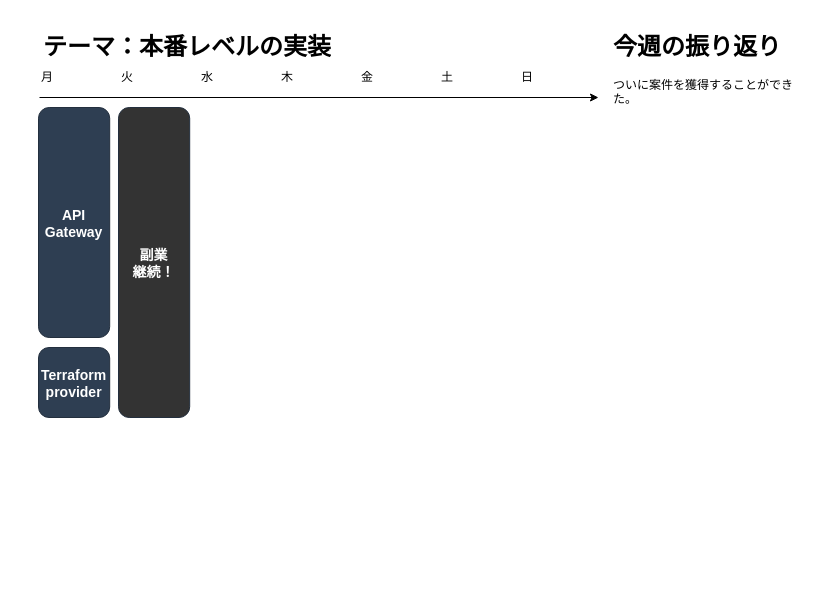
Before: page "20240729" (3 of 3) of life/life_202408.drawio in minegishirei/draw_v1, a draw.io diagram. Source tidied: cells renumbered, new cells numbered last; positions are measured from the earlier drawing's top-left corner, leaving out a move shared by most shapes. Both pictures are drawn from the tidied source at 100%, with x=0, y=0 at pixel (17, 27).
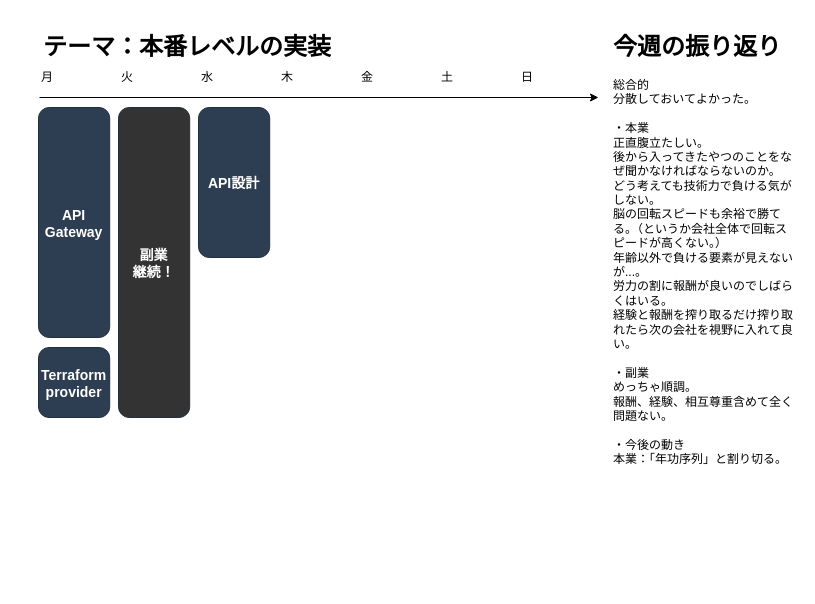
After the change.

Commit message:
life_202408.drawio を更新します

Diff of the diagram source:
```diff
@@
 <mxGraphModel>
   <root>
     <mxCell id="0" />
     <mxCell id="1" parent="0" />
     <mxCell id="2" value="火" style="text;html=1;strokeColor=none;fillColor=none;align=center;verticalAlign=middle;whiteSpace=wrap;rounded=0;shadow=0;" parent="1" vertex="1">
       <mxGeometry x="80" y="35" width="60" height="30" as="geometry" />
     </mxCell>
     <mxCell id="3" value="水" style="text;html=1;strokeColor=none;fillColor=none;align=center;verticalAlign=middle;whiteSpace=wrap;rounded=0;shadow=0;" parent="1" vertex="1">
       <mxGeometry x="160" y="35" width="60" height="30" as="geometry" />
     </mxCell>
     <mxCell id="4" value="木" style="text;html=1;strokeColor=none;fillColor=none;align=center;verticalAlign=middle;whiteSpace=wrap;rounded=0;shadow=0;" parent="1" vertex="1">
       <mxGeometry x="240" y="35" width="60" height="30" as="geometry" />
     </mxCell>
     <mxCell id="5" value="金" style="text;html=1;strokeColor=none;fillColor=none;align=center;verticalAlign=middle;whiteSpace=wrap;rounded=0;shadow=0;" parent="1" vertex="1">
       <mxGeometry x="320" y="35" width="60" height="30" as="geometry" />
     </mxCell>
     <mxCell id="6" value="土" style="text;html=1;strokeColor=none;fillColor=none;align=center;verticalAlign=middle;whiteSpace=wrap;rounded=0;shadow=0;" parent="1" vertex="1">
       <mxGeometry x="400" y="35" width="60" height="30" as="geometry" />
     </mxCell>
     <mxCell id="7" value="日" style="text;html=1;strokeColor=none;fillColor=none;align=center;verticalAlign=middle;whiteSpace=wrap;rounded=0;shadow=0;" parent="1" vertex="1">
       <mxGeometry x="480" y="35" width="60" height="30" as="geometry" />
     </mxCell>
     <mxCell id="8" value="月" style="text;html=1;strokeColor=none;fillColor=none;align=center;verticalAlign=middle;whiteSpace=wrap;rounded=0;shadow=0;" parent="1" vertex="1">
       <mxGeometry y="35" width="60" height="30" as="geometry" />
     </mxCell>
     <mxCell id="9" value="&lt;h1&gt;テーマ：本番レベルの実装&lt;/h1&gt;" style="text;html=1;strokeColor=none;fillColor=none;spacing=5;spacingTop=-20;whiteSpace=wrap;overflow=hidden;rounded=0;shadow=0;" parent="1" vertex="1">
       <mxGeometry x="21" width="480" height="40" as="geometry" />
     </mxCell>
     <mxCell id="10" style="endArrow=classic;html=1;rounded=0;shadow=0;" parent="1" edge="1">
       <mxGeometry relative="1" as="geometry">
         <mxPoint x="22" y="70" as="sourcePoint" />
         <mxPoint x="581" y="70" as="targetPoint" />
       </mxGeometry>
     </mxCell>
-    <mxCell id="11" value="&lt;h1&gt;&lt;/h1&gt;&lt;h1 style=&quot;border-color: var(--border-color);&quot;&gt;今週の振り返り&lt;/h1&gt;&lt;div&gt;ついに案件を獲得することができた。&lt;/div&gt;&lt;div&gt;&lt;br&gt;&lt;/div&gt;&lt;div&gt;&lt;br&gt;&lt;/div&gt;&lt;div&gt;&lt;br&gt;&lt;/div&gt;" style="text;html=1;strokeColor=none;fillColor=none;spacing=5;spacingTop=-20;whiteSpace=wrap;overflow=hidden;rounded=0;shadow=0;" parent="1" vertex="1">
+    <mxCell id="11" value="&lt;h1&gt;&lt;/h1&gt;&lt;h1 style=&quot;border-color: var(--border-color);&quot;&gt;今週の振り返り&lt;/h1&gt;&lt;div&gt;総合的&lt;/div&gt;&lt;div&gt;分散しておいてよかった。&lt;/div&gt;&lt;div&gt;&lt;br&gt;&lt;/div&gt;&lt;div&gt;・本業&lt;/div&gt;&lt;div&gt;正直腹立たしい。&lt;/div&gt;&lt;div&gt;後から入ってきたやつのことをなぜ聞かなければならないのか。&lt;/div&gt;&lt;div&gt;どう考えても技術力で負ける気がしない。&lt;/div&gt;&lt;div&gt;脳の回転スピードも余裕で勝てる。（というか会社全体で回転ス&lt;span style=&quot;background-color: initial;&quot;&gt;ピードが高くない。）&lt;/span&gt;&lt;/div&gt;&lt;div&gt;&lt;span style=&quot;background-color: initial;&quot;&gt;年齢以外で負ける要素が見えないが...。&lt;/span&gt;&lt;/div&gt;&lt;div&gt;労力の割に報酬が良いのでしばらくはいる。&lt;/div&gt;&lt;div&gt;経験と報酬を搾り取るだけ搾り取れたら次の会社を視野に入れて良い。&lt;/div&gt;&lt;div&gt;&lt;br&gt;&lt;/div&gt;&lt;div&gt;・副業&lt;/div&gt;&lt;div&gt;めっちゃ順調。&lt;/div&gt;&lt;div&gt;報酬、経験、相互尊重含めて全く問題ない。&lt;/div&gt;&lt;div&gt;&lt;br&gt;&lt;/div&gt;&lt;div&gt;・今後の動き&lt;/div&gt;&lt;div&gt;本業：「年功序列」と割り切る。&lt;/div&gt;&lt;div&gt;&lt;br&gt;&lt;/div&gt;&lt;div&gt;&lt;br&gt;&lt;/div&gt;" style="text;html=1;strokeColor=none;fillColor=none;spacing=5;spacingTop=-20;whiteSpace=wrap;overflow=hidden;rounded=0;shadow=0;" parent="1" vertex="1">
       <mxGeometry x="591" width="190" height="560" as="geometry" />
     </mxCell>
     <mxCell id="12" value="API&#10;Gateway" style="rounded=1;fillColor=#2E3E52;strokeColor=#232F3E;shadow=0;gradientColor=none;fontStyle=1;fontColor=#FFFFFF;fontSize=14;" parent="1" vertex="1">
       <mxGeometry x="21" y="80" width="71.2" height="230" as="geometry" />
     </mxCell>
     <mxCell id="13" value="Terraform&#10;provider" style="rounded=1;fillColor=#2E3E52;strokeColor=#232F3E;shadow=0;gradientColor=none;fontStyle=1;fontColor=#FFFFFF;fontSize=14;" parent="1" vertex="1">
       <mxGeometry x="21" y="320" width="71.2" height="70" as="geometry" />
     </mxCell>
     <mxCell id="14" value="副業&#10;継続！" style="rounded=1;fillColor=#333333;strokeColor=#232F3E;shadow=0;gradientColor=none;fontStyle=1;fontColor=#FFFFFF;fontSize=14;" parent="1" vertex="1">
       <mxGeometry x="101" y="80" width="71.2" height="310" as="geometry" />
     </mxCell>
+    <mxCell id="15" value="API設計" style="rounded=1;fillColor=#2E3E52;strokeColor=#232F3E;shadow=0;gradientColor=none;fontStyle=1;fontColor=#FFFFFF;fontSize=14;" parent="1" vertex="1">
+      <mxGeometry x="181" y="80" width="71.2" height="150" as="geometry" />
+    </mxCell>
   </root>
 </mxGraphModel>
```
